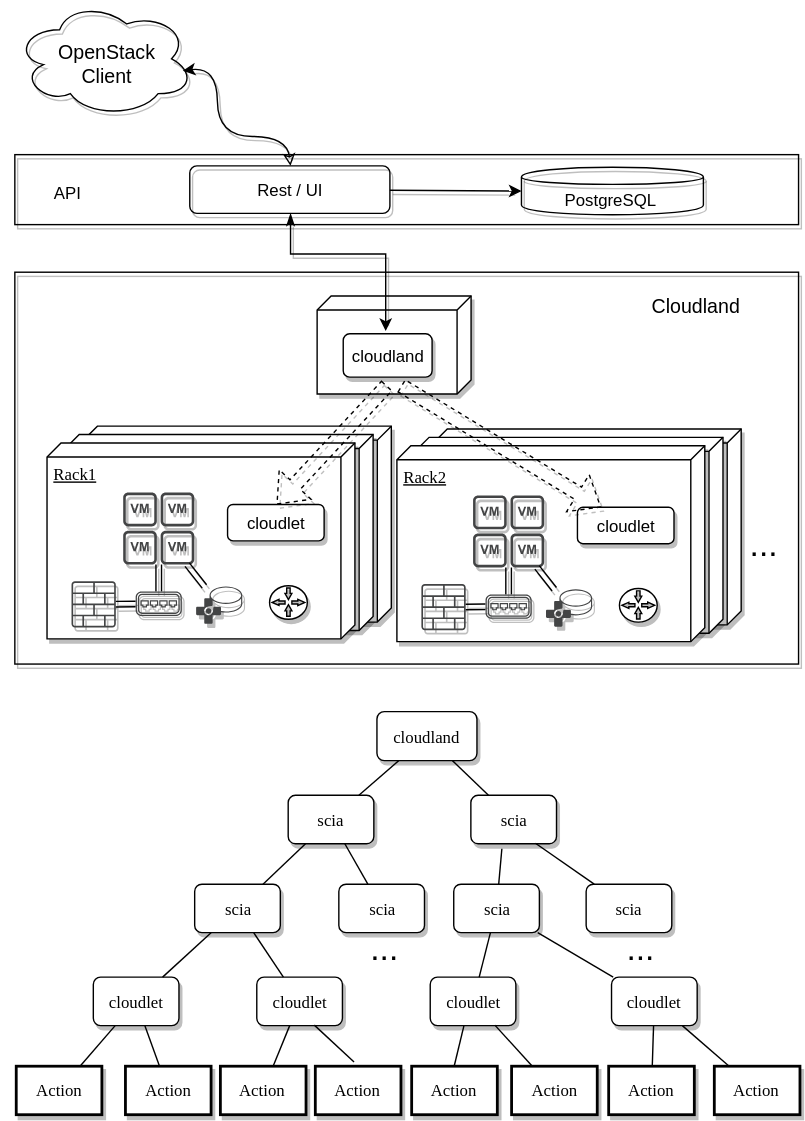
Before: web/architecture.svg, a diagram exported from draw.io (Catherine2019/cloudland). Source tidied: cells renumbered, new cells last; positions are measured from the earlier drawing's top-left corner, leaving out a move shared by most shapes.
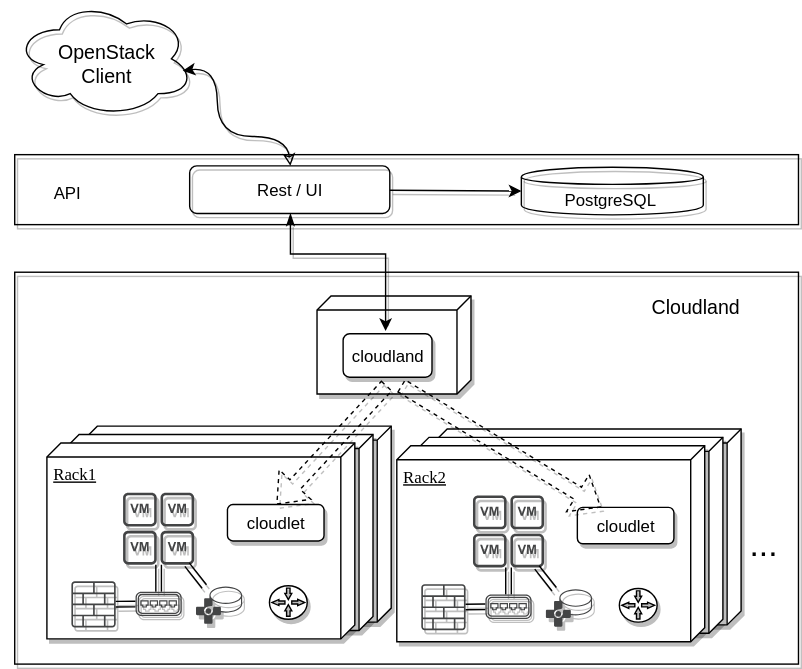
Above is the later version.

Change to the diagram source:
```diff
@@ -154,148 +154,5 @@
         <mxPoint x="286" y="275" as="sourcePoint" />
       </mxGeometry>
     </mxCell>
-    <mxCell id="47" style="group;" parent="1" vertex="1">
-      <mxGeometry x="11" y="508" width="560" height="285" as="geometry" />
-    </mxCell>
-    <mxCell id="48" style="group;" parent="47" vertex="1">
-      <mxGeometry width="560" height="285" as="geometry" />
-    </mxCell>
-    <mxCell id="49" style="group;" parent="48" vertex="1">
-      <mxGeometry width="560" height="285" as="geometry" />
-    </mxCell>
-    <mxCell id="50" style="group;" parent="49" vertex="1">
-      <mxGeometry width="560" height="285" as="geometry" />
-    </mxCell>
-    <mxCell id="51" style="group;" parent="50" vertex="1">
-      <mxGeometry width="560" height="285" as="geometry" />
-    </mxCell>
-    <mxCell id="52" style="group;" parent="51" vertex="1">
-      <mxGeometry width="560" height="285" as="geometry" />
-    </mxCell>
-    <mxCell id="53" style="group;" parent="52" vertex="1">
-      <mxGeometry width="560" height="285" as="geometry" />
-    </mxCell>
-    <mxCell id="54" style="group;" parent="53" vertex="1">
-      <mxGeometry width="560" height="285" as="geometry" />
-    </mxCell>
-    <mxCell id="55" value="cloudland" style="whiteSpace=wrap;html=1;rounded=1;shadow=1;labelBackgroundColor=none;strokeColor=#000000;strokeWidth=1;fillColor=#ffffff;fontFamily=Verdana;fontSize=12;fontColor=#000000;align=center;" parent="54" vertex="1">
-      <mxGeometry x="257.7" width="71.5" height="35" as="geometry" />
-    </mxCell>
-    <mxCell id="56" value="scia" style="whiteSpace=wrap;html=1;rounded=1;shadow=1;labelBackgroundColor=none;strokeColor=#000000;strokeWidth=1;fillColor=#ffffff;fontFamily=Verdana;fontSize=12;fontColor=#000000;align=center;" parent="54" vertex="1">
-      <mxGeometry x="194.3" y="59.8" width="61.2" height="34.7" as="geometry" />
-    </mxCell>
-    <mxCell id="57" style="rounded=0;html=1;labelBackgroundColor=none;startArrow=none;startFill=0;startSize=5;endArrow=none;endFill=0;endSize=5;jettySize=auto;strokeColor=#000000;strokeWidth=1;fontFamily=Verdana;fontSize=12;fontColor=#000000;" parent="54" edge="1" source="55" target="75">
-      <mxGeometry x="-0.3" y="13" relative="1" as="geometry" />
-    </mxCell>
-    <mxCell id="58" style="edgeStyle=none;rounded=0;html=1;labelBackgroundColor=none;startArrow=none;startFill=0;startSize=5;endArrow=none;endFill=0;endSize=5;jettySize=auto;strokeColor=#000000;strokeWidth=1;fontFamily=Verdana;fontSize=12;fontColor=#000000;" parent="54" edge="1" source="55" target="56">
-      <mxGeometry x="-0.21" y="-17" relative="1" as="geometry" />
-    </mxCell>
-    <mxCell id="59" value="scia" style="whiteSpace=wrap;html=1;rounded=1;shadow=1;labelBackgroundColor=none;strokeColor=#000000;strokeWidth=1;fillColor=#ffffff;fontFamily=Verdana;fontSize=12;fontColor=#000000;align=center;" parent="54" vertex="1">
-      <mxGeometry x="127.5" y="123.3" width="61.2" height="34.7" as="geometry" />
-    </mxCell>
-    <mxCell id="60" value="scia" style="whiteSpace=wrap;html=1;rounded=1;shadow=1;labelBackgroundColor=none;strokeColor=#000000;strokeWidth=1;fillColor=#ffffff;fontFamily=Verdana;fontSize=12;fontColor=#000000;align=center;" parent="54" vertex="1">
-      <mxGeometry x="230.5" y="123.3" width="61.2" height="34.7" as="geometry" />
-    </mxCell>
-    <mxCell id="61" value="cloudlet" style="whiteSpace=wrap;html=1;rounded=1;shadow=1;labelBackgroundColor=none;strokeColor=#000000;strokeWidth=1;fillColor=#ffffff;fontFamily=Verdana;fontSize=12;fontColor=#000000;align=center;" parent="54" vertex="1">
-      <mxGeometry x="55.1" y="189.7" width="61.2" height="34.7" as="geometry" />
-    </mxCell>
-    <mxCell id="62" value="cloudlet" style="whiteSpace=wrap;html=1;rounded=1;shadow=1;labelBackgroundColor=none;strokeColor=#000000;strokeWidth=1;fillColor=#ffffff;fontFamily=Verdana;fontSize=12;fontColor=#000000;align=center;" parent="54" vertex="1">
-      <mxGeometry x="171.9" y="189.7" width="61.2" height="34.7" as="geometry" />
-    </mxCell>
-    <mxCell id="63" style="edgeStyle=none;rounded=0;html=1;labelBackgroundColor=none;startArrow=none;startFill=0;startSize=5;endArrow=none;endFill=0;endSize=5;jettySize=auto;strokeColor=#000000;strokeWidth=1;fontFamily=Verdana;fontSize=12;fontColor=#000000;" parent="54" edge="1" source="56" target="59">
-      <mxGeometry x="-0.2" y="-14" relative="1" as="geometry" />
-    </mxCell>
-    <mxCell id="64" style="edgeStyle=none;rounded=0;html=1;labelBackgroundColor=none;startArrow=none;startFill=0;startSize=5;endArrow=none;endFill=0;endSize=5;jettySize=auto;strokeColor=#000000;strokeWidth=1;fontFamily=Verdana;fontSize=12;fontColor=#000000;" parent="54" edge="1" source="56" target="60">
-      <mxGeometry x="-0.2" y="14" relative="1" as="geometry" />
-    </mxCell>
-    <mxCell id="65" style="edgeStyle=none;rounded=0;html=1;labelBackgroundColor=none;startArrow=none;startFill=0;startSize=5;endArrow=none;endFill=0;endSize=5;jettySize=auto;strokeColor=#000000;strokeWidth=1;fontFamily=Verdana;fontSize=12;fontColor=#000000;" parent="54" edge="1" source="59" target="61">
-      <mxGeometry x="-0.22" y="-14" relative="1" as="geometry" />
-    </mxCell>
-    <mxCell id="66" style="edgeStyle=none;rounded=0;html=1;labelBackgroundColor=none;startArrow=none;startFill=0;startSize=5;endArrow=none;endFill=0;endSize=5;jettySize=auto;strokeColor=#000000;strokeWidth=1;fontFamily=Verdana;fontSize=12;fontColor=#000000;" parent="54" edge="1" source="59" target="62">
-      <mxGeometry x="-0.28" y="12" relative="1" as="geometry" />
-    </mxCell>
-    <mxCell id="67" value="Action" style="whiteSpace=wrap;html=1;rounded=0;shadow=1;labelBackgroundColor=none;strokeColor=#000000;strokeWidth=2;fillColor=#ffffff;fontFamily=Verdana;fontSize=12;fontColor=#000000;align=center;" parent="54" vertex="1">
-      <mxGeometry y="253.3" width="61.2" height="34.7" as="geometry" />
-    </mxCell>
-    <mxCell id="68" value="&lt;span&gt;Action&lt;/span&gt;" style="whiteSpace=wrap;html=1;rounded=0;shadow=1;labelBackgroundColor=none;strokeColor=#000000;strokeWidth=2;fillColor=#ffffff;fontFamily=Verdana;fontSize=12;fontColor=#000000;align=center;" parent="54" vertex="1">
-      <mxGeometry x="78" y="253.3" width="61.2" height="34.7" as="geometry" />
-    </mxCell>
-    <mxCell id="69" value="&lt;span&gt;Action&lt;/span&gt;" style="whiteSpace=wrap;html=1;rounded=0;shadow=1;labelBackgroundColor=none;strokeColor=#000000;strokeWidth=2;fillColor=#ffffff;fontFamily=Verdana;fontSize=12;fontColor=#000000;align=center;" parent="54" vertex="1">
-      <mxGeometry x="145.9" y="253.3" width="61.2" height="34.7" as="geometry" />
-    </mxCell>
-    <mxCell id="70" value="&lt;span&gt;Action&lt;/span&gt;" style="whiteSpace=wrap;html=1;rounded=0;shadow=1;labelBackgroundColor=none;strokeColor=#000000;strokeWidth=2;fillColor=#ffffff;fontFamily=Verdana;fontSize=12;fontColor=#000000;align=center;" parent="54" vertex="1">
-      <mxGeometry x="282.6" y="253.3" width="61.2" height="34.7" as="geometry" />
-    </mxCell>
-    <mxCell id="71" style="edgeStyle=none;rounded=0;html=1;labelBackgroundColor=none;startArrow=none;startFill=0;startSize=5;endArrow=none;endFill=0;endSize=5;jettySize=auto;strokeColor=#000000;strokeWidth=1;fontFamily=Verdana;fontSize=12;fontColor=#000000;" parent="54" edge="1" source="61" target="67">
-      <mxGeometry x="0.14" y="-16" relative="1" as="geometry" />
-    </mxCell>
-    <mxCell id="72" style="edgeStyle=none;rounded=0;html=1;labelBackgroundColor=none;startArrow=none;startFill=0;startSize=5;endArrow=none;endFill=0;endSize=5;jettySize=auto;strokeColor=#000000;strokeWidth=1;fontFamily=Verdana;fontSize=12;fontColor=#000000;" parent="54" edge="1" source="61" target="68">
-      <mxGeometry x="0.14" y="16" relative="1" as="geometry" />
-    </mxCell>
-    <mxCell id="73" style="edgeStyle=none;rounded=0;html=1;labelBackgroundColor=none;startArrow=none;startFill=0;startSize=5;endArrow=none;endFill=0;endSize=5;jettySize=auto;strokeColor=#000000;strokeWidth=1;fontFamily=Verdana;fontSize=12;fontColor=#000000;" parent="54" edge="1" source="62" target="69">
-      <mxGeometry y="-12" relative="1" as="geometry" />
-    </mxCell>
-    <mxCell id="74" style="edgeStyle=none;rounded=0;html=1;labelBackgroundColor=none;startArrow=none;startFill=0;startSize=5;endArrow=none;endFill=0;endSize=5;jettySize=auto;strokeColor=#000000;strokeWidth=1;fontFamily=Verdana;fontSize=12;fontColor=#000000;exitX=0.667;exitY=1;exitDx=0;exitDy=0;exitPerimeter=0;" parent="54" edge="1" source="62">
-      <mxGeometry x="0.14" y="16" relative="1" as="geometry">
-        <mxPoint x="241.4" y="250.3" as="targetPoint" />
-      </mxGeometry>
-    </mxCell>
-    <mxCell id="75" value="scia" style="whiteSpace=wrap;html=1;rounded=1;shadow=1;labelBackgroundColor=none;strokeColor=#000000;strokeWidth=1;fillColor=#ffffff;fontFamily=Verdana;fontSize=12;fontColor=#000000;align=center;" parent="54" vertex="1">
-      <mxGeometry x="324.9" y="59.8" width="61.2" height="34.7" as="geometry" />
-    </mxCell>
-    <mxCell id="76" value="scia" style="whiteSpace=wrap;html=1;rounded=1;shadow=1;labelBackgroundColor=none;strokeColor=#000000;strokeWidth=1;fillColor=#ffffff;fontFamily=Verdana;fontSize=12;fontColor=#000000;align=center;" parent="54" vertex="1">
-      <mxGeometry x="312.6" y="123.3" width="61.2" height="34.7" as="geometry" />
-    </mxCell>
-    <mxCell id="77" value="scia" style="whiteSpace=wrap;html=1;rounded=1;shadow=1;labelBackgroundColor=none;strokeColor=#000000;strokeWidth=1;fillColor=#ffffff;fontFamily=Verdana;fontSize=12;fontColor=#000000;align=center;" parent="54" vertex="1">
-      <mxGeometry x="407.2" y="123.3" width="61.2" height="34.7" as="geometry" />
-    </mxCell>
-    <mxCell id="78" value="cloudlet" style="whiteSpace=wrap;html=1;rounded=1;shadow=1;labelBackgroundColor=none;strokeColor=#000000;strokeWidth=1;fillColor=#ffffff;fontFamily=Verdana;fontSize=12;fontColor=#000000;align=center;" parent="54" vertex="1">
-      <mxGeometry x="295.8" y="189.7" width="61.2" height="34.7" as="geometry" />
-    </mxCell>
-    <mxCell id="79" value="cloudlet" style="whiteSpace=wrap;html=1;rounded=1;shadow=1;labelBackgroundColor=none;strokeColor=#000000;strokeWidth=1;fillColor=#ffffff;fontFamily=Verdana;fontSize=12;fontColor=#000000;align=center;" parent="54" vertex="1">
-      <mxGeometry x="425.4" y="189.7" width="61.2" height="34.7" as="geometry" />
-    </mxCell>
-    <mxCell id="80" style="edgeStyle=none;rounded=0;html=1;labelBackgroundColor=none;startArrow=none;startFill=0;startSize=5;endArrow=none;endFill=0;endSize=5;jettySize=auto;strokeColor=#000000;strokeWidth=1;fontFamily=Verdana;fontSize=12;fontColor=#000000;exitX=0.37;exitY=1.101;exitDx=0;exitDy=0;exitPerimeter=0;" parent="54" edge="1" source="75" target="76">
-      <mxGeometry x="-0.2" y="-14" relative="1" as="geometry" />
-    </mxCell>
-    <mxCell id="81" style="edgeStyle=none;rounded=0;html=1;labelBackgroundColor=none;startArrow=none;startFill=0;startSize=5;endArrow=none;endFill=0;endSize=5;jettySize=auto;strokeColor=#000000;strokeWidth=1;fontFamily=Verdana;fontSize=12;fontColor=#000000;exitX=0.75;exitY=1;exitDx=0;exitDy=0;" parent="54" edge="1" source="75" target="77">
-      <mxGeometry x="-0.2" y="14" relative="1" as="geometry" />
-    </mxCell>
-    <mxCell id="82" style="edgeStyle=none;rounded=0;html=1;labelBackgroundColor=none;startArrow=none;startFill=0;startSize=5;endArrow=none;endFill=0;endSize=5;jettySize=auto;strokeColor=#000000;strokeWidth=1;fontFamily=Verdana;fontSize=12;fontColor=#000000;" parent="54" edge="1" source="76" target="78">
-      <mxGeometry x="-0.22" y="-14" relative="1" as="geometry" />
-    </mxCell>
-    <mxCell id="83" style="edgeStyle=none;rounded=0;html=1;labelBackgroundColor=none;startArrow=none;startFill=0;startSize=5;endArrow=none;endFill=0;endSize=5;jettySize=auto;strokeColor=#000000;strokeWidth=1;fontFamily=Verdana;fontSize=12;fontColor=#000000;" parent="54" edge="1" source="76" target="79">
-      <mxGeometry x="-0.28" y="12" relative="1" as="geometry" />
-    </mxCell>
-    <mxCell id="84" value="Action" style="whiteSpace=wrap;html=1;rounded=0;shadow=1;labelBackgroundColor=none;strokeColor=#000000;strokeWidth=2;fillColor=#ffffff;fontFamily=Verdana;fontSize=12;fontColor=#000000;align=center;" parent="54" vertex="1">
-      <mxGeometry x="213.7" y="253.3" width="61.2" height="34.7" as="geometry" />
-    </mxCell>
-    <mxCell id="85" value="&lt;span&gt;Action&lt;/span&gt;" style="whiteSpace=wrap;html=1;rounded=0;shadow=1;labelBackgroundColor=none;strokeColor=#000000;strokeWidth=2;fillColor=#ffffff;fontFamily=Verdana;fontSize=12;fontColor=#000000;align=center;" parent="54" vertex="1">
-      <mxGeometry x="354" y="253.3" width="61.2" height="34.7" as="geometry" />
-    </mxCell>
-    <mxCell id="86" value="&lt;span&gt;Action&lt;/span&gt;" style="whiteSpace=wrap;html=1;rounded=0;shadow=1;labelBackgroundColor=none;strokeColor=#000000;strokeWidth=2;fillColor=#ffffff;fontFamily=Verdana;fontSize=12;fontColor=#000000;align=center;" parent="54" vertex="1">
-      <mxGeometry x="423.3" y="253.3" width="61.2" height="34.7" as="geometry" />
-    </mxCell>
-    <mxCell id="87" value="&lt;span&gt;Action&lt;/span&gt;" style="whiteSpace=wrap;html=1;rounded=0;shadow=1;labelBackgroundColor=none;strokeColor=#000000;strokeWidth=2;fillColor=#ffffff;fontFamily=Verdana;fontSize=12;fontColor=#000000;align=center;" parent="54" vertex="1">
-      <mxGeometry x="498.8" y="253.3" width="61.2" height="34.7" as="geometry" />
-    </mxCell>
-    <mxCell id="88" style="edgeStyle=none;rounded=0;html=1;labelBackgroundColor=none;startArrow=none;startFill=0;startSize=5;endArrow=none;endFill=0;endSize=5;jettySize=auto;strokeColor=#000000;strokeWidth=1;fontFamily=Verdana;fontSize=12;fontColor=#000000;exitX=0.75;exitY=1;exitDx=0;exitDy=0;" parent="54" edge="1" source="78" target="85">
-      <mxGeometry x="0.14" y="16" relative="1" as="geometry" />
-    </mxCell>
-    <mxCell id="89" style="edgeStyle=none;rounded=0;html=1;labelBackgroundColor=none;startArrow=none;startFill=0;startSize=5;endArrow=none;endFill=0;endSize=5;jettySize=auto;strokeColor=#000000;strokeWidth=1;fontFamily=Verdana;fontSize=12;fontColor=#000000;" parent="54" edge="1" source="79" target="86">
-      <mxGeometry y="-12" relative="1" as="geometry" />
-    </mxCell>
-    <mxCell id="90" style="edgeStyle=none;rounded=0;html=1;labelBackgroundColor=none;startArrow=none;startFill=0;startSize=5;endArrow=none;endFill=0;endSize=5;jettySize=auto;strokeColor=#000000;strokeWidth=1;fontFamily=Verdana;fontSize=12;fontColor=#000000;" parent="54" edge="1" source="79" target="87">
-      <mxGeometry x="0.14" y="16" relative="1" as="geometry" />
-    </mxCell>
-    <mxCell id="91" style="endArrow=none;html=1;entryX=0.4;entryY=1;entryDx=0;entryDy=0;entryPerimeter=0;exitX=0.5;exitY=0;exitDx=0;exitDy=0;" parent="54" edge="1" source="70" target="78">
-      <mxGeometry relative="1" as="geometry" />
-    </mxCell>
-    <mxCell id="92" value="&lt;font style=&quot;font-size: 24px&quot;&gt;...&lt;/font&gt;" style="text;html=1;strokeColor=none;fillColor=none;align=center;verticalAlign=middle;whiteSpace=wrap;rounded=0;" parent="54" vertex="1">
-      <mxGeometry x="253.2" y="163.7" width="20.4" height="11.6" as="geometry" />
-    </mxCell>
-    <mxCell id="93" value="&lt;font style=&quot;font-size: 24px&quot;&gt;...&lt;/font&gt;" style="text;html=1;strokeColor=none;fillColor=none;align=center;verticalAlign=middle;whiteSpace=wrap;rounded=0;" parent="54" vertex="1">
-      <mxGeometry x="436" y="163.7" width="20.4" height="11.6" as="geometry" />
-    </mxCell>
   </root>
 </mxGraphModel>
```
